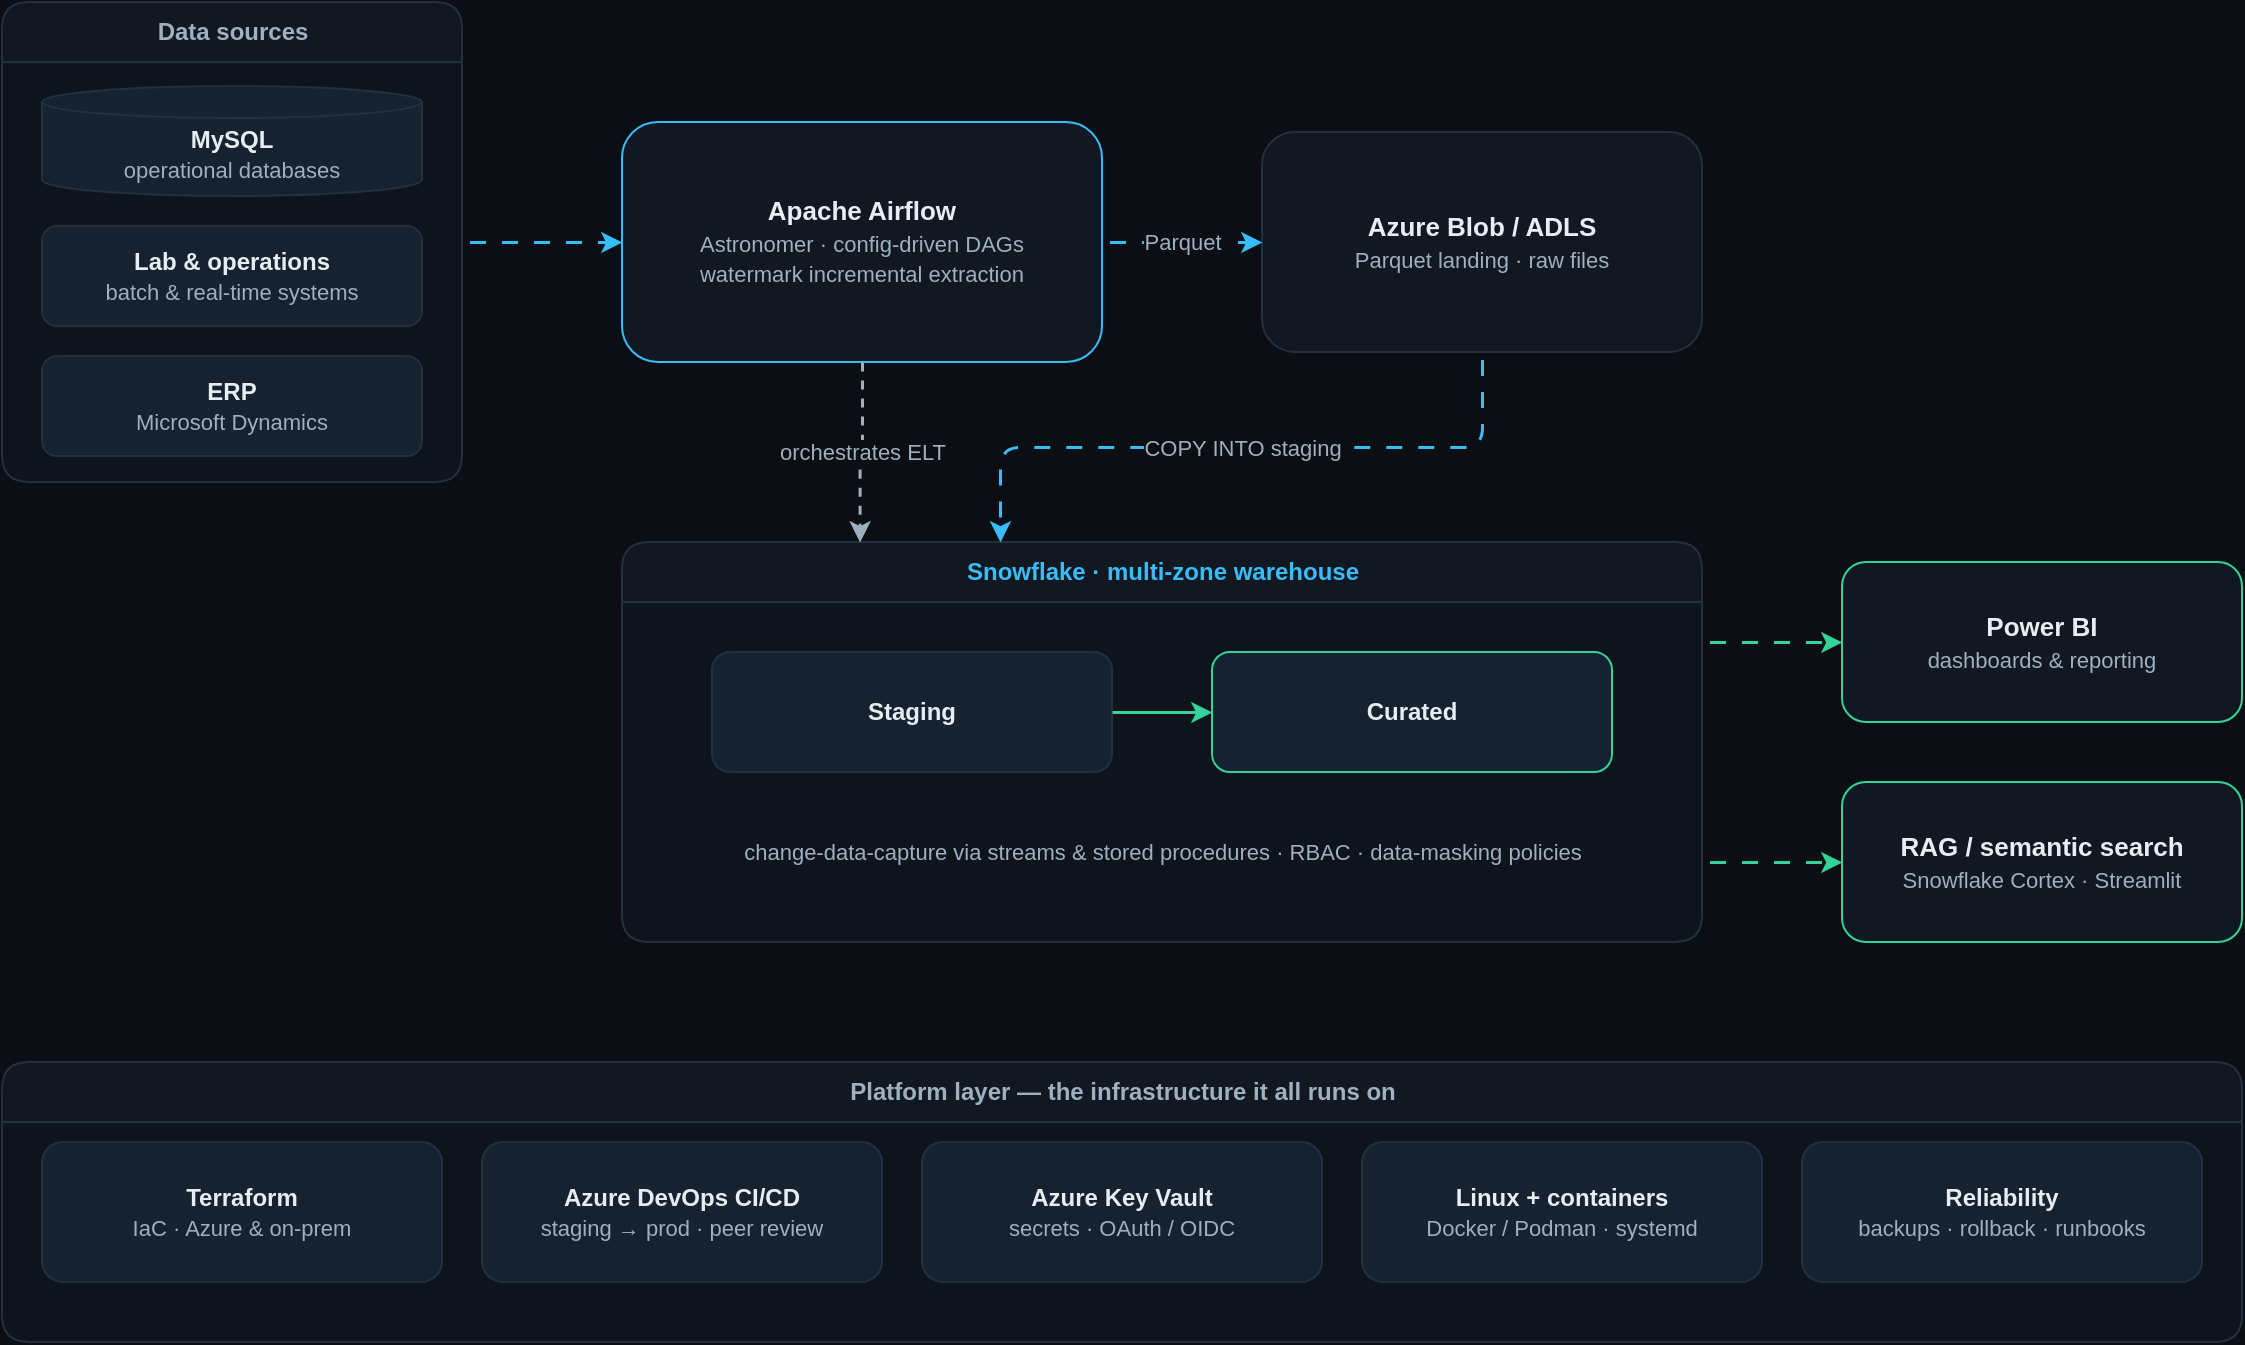
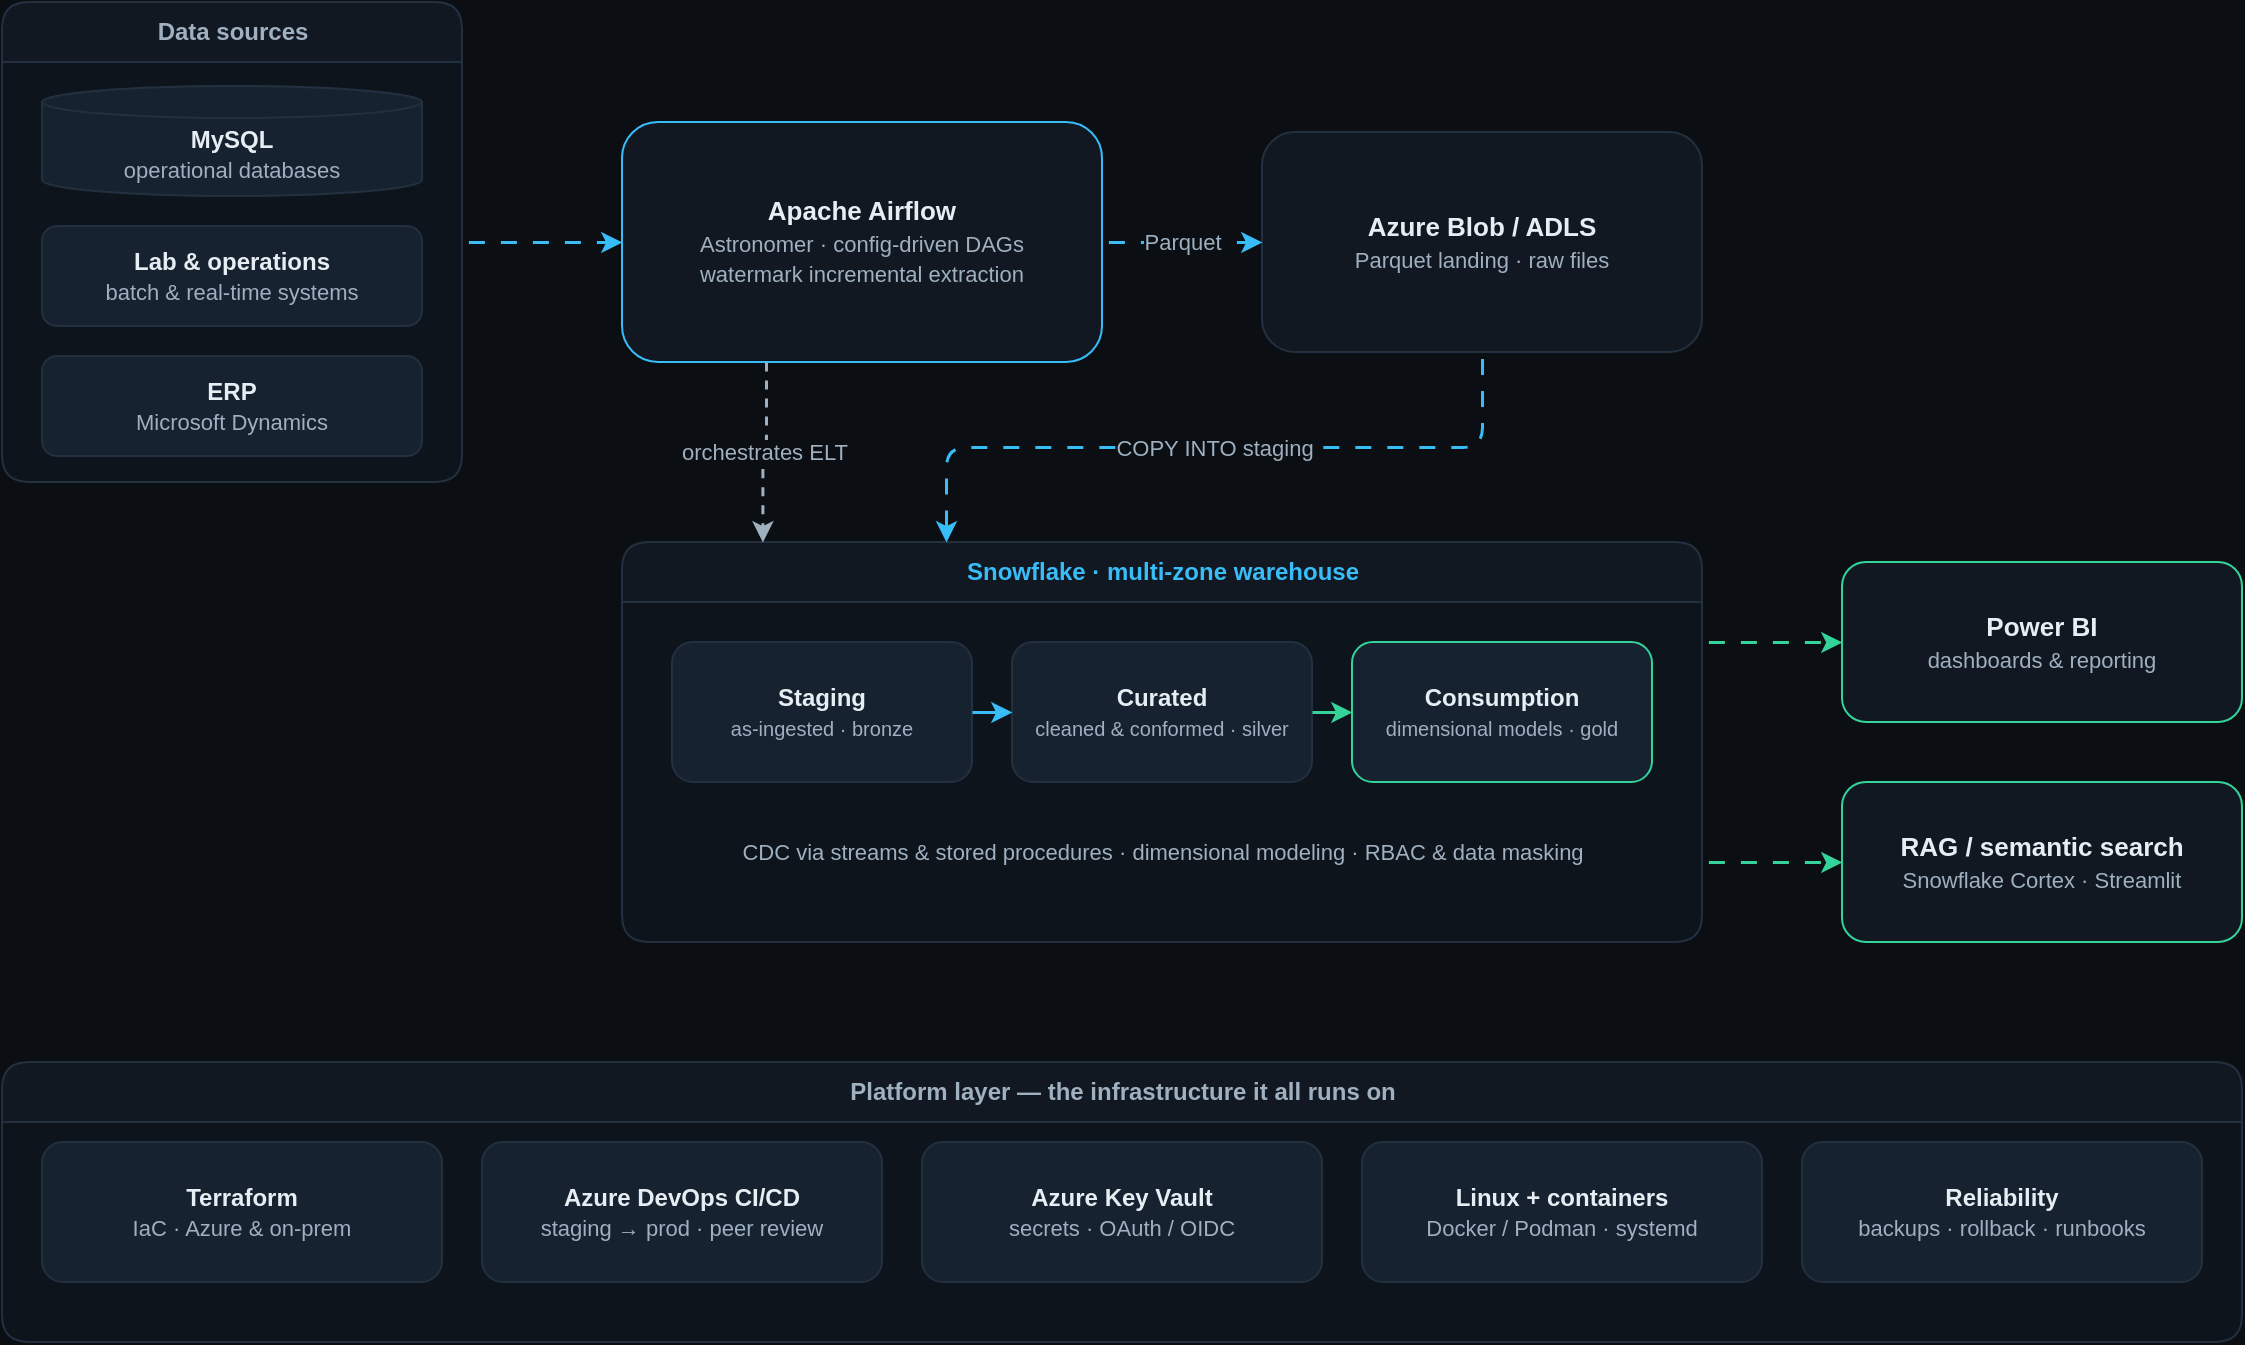
<?xml version="1.0" encoding="UTF-8"?>
<mxfile host="drawio" version="26.0.0">
  <diagram name="data-platform">
    <mxGraphModel background="#0b0f14" grid="0" page="0">
      <root>
        <mxCell id="0" />
        <mxCell id="1" parent="0" />

        <!-- ===== Data sources container ===== -->
        <mxCell id="sources" value="Data sources" style="swimlane;startSize=30;rounded=1;html=1;fillColor=#121821;swimlaneFillColor=#0e141c;strokeColor=#223040;fontColor=#9fb0c0;fontSize=12;fontStyle=1;pointerEvents=0;" vertex="1" parent="1">
          <mxGeometry x="40" y="40" width="230" height="240" as="geometry" />
        </mxCell>
        <mxCell id="src-mysql" value="&lt;b&gt;MySQL&lt;/b&gt;&lt;br&gt;&lt;font style=&quot;font-size:11px&quot; color=&quot;#9fb0c0&quot;&gt;operational databases&lt;/font&gt;" style="shape=cylinder3;whiteSpace=wrap;html=1;boundedLbl=1;size=8;fillColor=#172230;strokeColor=#223040;fontColor=#e6edf3;fontSize=12;" vertex="1" parent="sources">
          <mxGeometry x="20" y="42" width="190" height="55" as="geometry" />
        </mxCell>
        <mxCell id="src-lab" value="&lt;b&gt;Lab &amp;amp; operations&lt;/b&gt;&lt;br&gt;&lt;font style=&quot;font-size:11px&quot; color=&quot;#9fb0c0&quot;&gt;batch &amp;amp; real-time systems&lt;/font&gt;" style="rounded=1;whiteSpace=wrap;html=1;fillColor=#172230;strokeColor=#223040;fontColor=#e6edf3;fontSize=12;" vertex="1" parent="sources">
          <mxGeometry x="20" y="112" width="190" height="50" as="geometry" />
        </mxCell>
        <mxCell id="src-erp" value="&lt;b&gt;ERP&lt;/b&gt;&lt;br&gt;&lt;font style=&quot;font-size:11px&quot; color=&quot;#9fb0c0&quot;&gt;Microsoft Dynamics&lt;/font&gt;" style="rounded=1;whiteSpace=wrap;html=1;fillColor=#172230;strokeColor=#223040;fontColor=#e6edf3;fontSize=12;" vertex="1" parent="sources">
          <mxGeometry x="20" y="177" width="190" height="50" as="geometry" />
        </mxCell>

        <!-- ===== Orchestration ===== -->
        <mxCell id="airflow" value="&lt;b&gt;Apache Airflow&lt;/b&gt;&lt;br&gt;&lt;font style=&quot;font-size:11px&quot; color=&quot;#9fb0c0&quot;&gt;Astronomer &amp;#183; config-driven DAGs&lt;br&gt;watermark incremental extraction&lt;/font&gt;" style="rounded=1;whiteSpace=wrap;html=1;fillColor=#121821;strokeColor=#38bdf8;fontColor=#e6edf3;fontSize=13;" vertex="1" parent="1">
          <mxGeometry x="350" y="100" width="240" height="120" as="geometry" />
        </mxCell>

        <!-- ===== Landing storage ===== -->
        <mxCell id="blob" value="&lt;b&gt;Azure Blob / ADLS&lt;/b&gt;&lt;br&gt;&lt;font style=&quot;font-size:11px&quot; color=&quot;#9fb0c0&quot;&gt;Parquet landing &amp;#183; raw files&lt;/font&gt;" style="rounded=1;whiteSpace=wrap;html=1;fillColor=#121821;strokeColor=#223040;fontColor=#e6edf3;fontSize=13;" vertex="1" parent="1">
          <mxGeometry x="670" y="105" width="220" height="110" as="geometry" />
        </mxCell>

        <!-- ===== Snowflake warehouse ===== -->
        <mxCell id="sf" value="Snowflake &#183; multi-zone warehouse" style="swimlane;startSize=30;rounded=1;html=1;fillColor=#121821;swimlaneFillColor=#0e141c;strokeColor=#223040;fontColor=#38bdf8;fontSize=12;fontStyle=1;pointerEvents=0;" vertex="1" parent="1">
          <mxGeometry x="350" y="310" width="540" height="200" as="geometry" />
        </mxCell>
-         <mxCell id="sf-staging" value="&lt;b&gt;Staging&lt;/b&gt;" style="rounded=1;whiteSpace=wrap;html=1;fillColor=#172230;strokeColor=#223040;fontColor=#e6edf3;fontSize=12;" vertex="1" parent="sf">
-           <mxGeometry x="45" y="55" width="200" height="60" as="geometry" />
+         <mxCell id="sf-staging" value="&lt;b&gt;Staging&lt;/b&gt;&lt;br&gt;&lt;font style=&quot;font-size:10px&quot; color=&quot;#9fb0c0&quot;&gt;as-ingested &amp;#183; bronze&lt;/font&gt;" style="rounded=1;whiteSpace=wrap;html=1;fillColor=#172230;strokeColor=#223040;fontColor=#e6edf3;fontSize=12;" vertex="1" parent="sf">
+           <mxGeometry x="25" y="50" width="150" height="70" as="geometry" />
        </mxCell>
-         <mxCell id="sf-curated" value="&lt;b&gt;Curated&lt;/b&gt;" style="rounded=1;whiteSpace=wrap;html=1;fillColor=#172230;strokeColor=#34d399;fontColor=#e6edf3;fontSize=12;" vertex="1" parent="sf">
-           <mxGeometry x="295" y="55" width="200" height="60" as="geometry" />
+         <mxCell id="sf-curated" value="&lt;b&gt;Curated&lt;/b&gt;&lt;br&gt;&lt;font style=&quot;font-size:10px&quot; color=&quot;#9fb0c0&quot;&gt;cleaned &amp;amp; conformed &amp;#183; silver&lt;/font&gt;" style="rounded=1;whiteSpace=wrap;html=1;fillColor=#172230;strokeColor=#223040;fontColor=#e6edf3;fontSize=12;" vertex="1" parent="sf">
+           <mxGeometry x="195" y="50" width="150" height="70" as="geometry" />
        </mxCell>
-         <mxCell id="sf-caption" value="change-data-capture via streams &amp;amp; stored procedures &amp;#183; RBAC &amp;#183; data-masking policies" style="text;html=1;align=center;verticalAlign=middle;fontColor=#9fb0c0;fontSize=11;" vertex="1" parent="sf">
+         <mxCell id="sf-consumption" value="&lt;b&gt;Consumption&lt;/b&gt;&lt;br&gt;&lt;font style=&quot;font-size:10px&quot; color=&quot;#9fb0c0&quot;&gt;dimensional models &amp;#183; gold&lt;/font&gt;" style="rounded=1;whiteSpace=wrap;html=1;fillColor=#172230;strokeColor=#34d399;fontColor=#e6edf3;fontSize=12;" vertex="1" parent="sf">
+           <mxGeometry x="365" y="50" width="150" height="70" as="geometry" />
+         </mxCell>
+         <mxCell id="sf-caption" value="CDC via streams &amp;amp; stored procedures &amp;#183; dimensional modeling &amp;#183; RBAC &amp;amp; data masking" style="text;html=1;align=center;verticalAlign=middle;fontColor=#9fb0c0;fontSize=11;" vertex="1" parent="sf">
          <mxGeometry x="25" y="130" width="490" height="50" as="geometry" />
        </mxCell>

        <!-- ===== Consumption ===== -->
        <mxCell id="powerbi" value="&lt;b&gt;Power BI&lt;/b&gt;&lt;br&gt;&lt;font style=&quot;font-size:11px&quot; color=&quot;#9fb0c0&quot;&gt;dashboards &amp;amp; reporting&lt;/font&gt;" style="rounded=1;whiteSpace=wrap;html=1;fillColor=#121821;strokeColor=#34d399;fontColor=#e6edf3;fontSize=13;" vertex="1" parent="1">
          <mxGeometry x="960" y="320" width="200" height="80" as="geometry" />
        </mxCell>
        <mxCell id="rag" value="&lt;b&gt;RAG / semantic search&lt;/b&gt;&lt;br&gt;&lt;font style=&quot;font-size:11px&quot; color=&quot;#9fb0c0&quot;&gt;Snowflake Cortex &amp;#183; Streamlit&lt;/font&gt;" style="rounded=1;whiteSpace=wrap;html=1;fillColor=#121821;strokeColor=#34d399;fontColor=#e6edf3;fontSize=13;" vertex="1" parent="1">
          <mxGeometry x="960" y="430" width="200" height="80" as="geometry" />
        </mxCell>

        <!-- ===== Platform layer ===== -->
        <mxCell id="platform" value="Platform layer &#8212; the infrastructure it all runs on" style="swimlane;startSize=30;rounded=1;html=1;fillColor=#121821;swimlaneFillColor=#0e141c;strokeColor=#223040;fontColor=#9fb0c0;fontSize=12;fontStyle=1;pointerEvents=0;" vertex="1" parent="1">
          <mxGeometry x="40" y="570" width="1120" height="140" as="geometry" />
        </mxCell>
        <mxCell id="pf-tf" value="&lt;b&gt;Terraform&lt;/b&gt;&lt;br&gt;&lt;font style=&quot;font-size:11px&quot; color=&quot;#9fb0c0&quot;&gt;IaC &amp;#183; Azure &amp;amp; on-prem&lt;/font&gt;" style="rounded=1;whiteSpace=wrap;html=1;fillColor=#172230;strokeColor=#223040;fontColor=#e6edf3;fontSize=12;" vertex="1" parent="platform">
          <mxGeometry x="20" y="40" width="200" height="70" as="geometry" />
        </mxCell>
        <mxCell id="pf-cicd" value="&lt;b&gt;Azure DevOps CI/CD&lt;/b&gt;&lt;br&gt;&lt;font style=&quot;font-size:11px&quot; color=&quot;#9fb0c0&quot;&gt;staging &amp;#8594; prod &amp;#183; peer review&lt;/font&gt;" style="rounded=1;whiteSpace=wrap;html=1;fillColor=#172230;strokeColor=#223040;fontColor=#e6edf3;fontSize=12;" vertex="1" parent="platform">
          <mxGeometry x="240" y="40" width="200" height="70" as="geometry" />
        </mxCell>
        <mxCell id="pf-kv" value="&lt;b&gt;Azure Key Vault&lt;/b&gt;&lt;br&gt;&lt;font style=&quot;font-size:11px&quot; color=&quot;#9fb0c0&quot;&gt;secrets &amp;#183; OAuth / OIDC&lt;/font&gt;" style="rounded=1;whiteSpace=wrap;html=1;fillColor=#172230;strokeColor=#223040;fontColor=#e6edf3;fontSize=12;" vertex="1" parent="platform">
          <mxGeometry x="460" y="40" width="200" height="70" as="geometry" />
        </mxCell>
        <mxCell id="pf-linux" value="&lt;b&gt;Linux + containers&lt;/b&gt;&lt;br&gt;&lt;font style=&quot;font-size:11px&quot; color=&quot;#9fb0c0&quot;&gt;Docker / Podman &amp;#183; systemd&lt;/font&gt;" style="rounded=1;whiteSpace=wrap;html=1;fillColor=#172230;strokeColor=#223040;fontColor=#e6edf3;fontSize=12;" vertex="1" parent="platform">
          <mxGeometry x="680" y="40" width="200" height="70" as="geometry" />
        </mxCell>
        <mxCell id="pf-rel" value="&lt;b&gt;Reliability&lt;/b&gt;&lt;br&gt;&lt;font style=&quot;font-size:11px&quot; color=&quot;#9fb0c0&quot;&gt;backups &amp;#183; rollback &amp;#183; runbooks&lt;/font&gt;" style="rounded=1;whiteSpace=wrap;html=1;fillColor=#172230;strokeColor=#223040;fontColor=#e6edf3;fontSize=12;" vertex="1" parent="platform">
          <mxGeometry x="900" y="40" width="200" height="70" as="geometry" />
        </mxCell>

        <!-- ===== Edges: main data flow ===== -->
        <mxCell id="e1" value="" style="edgeStyle=orthogonalEdgeStyle;rounded=1;orthogonalLoop=1;jettySize=auto;html=1;strokeColor=#38bdf8;strokeWidth=1.5;fontColor=#9fb0c0;fontSize=11;labelBackgroundColor=#0b0f14;flowAnimation=1;exitX=1;exitY=0.5;exitDx=0;exitDy=0;entryX=0;entryY=0.5;entryDx=0;entryDy=0;" edge="1" parent="1" source="sources" target="airflow">
          <mxGeometry relative="1" as="geometry" />
        </mxCell>
        <mxCell id="e2" value="Parquet" style="edgeStyle=orthogonalEdgeStyle;rounded=1;orthogonalLoop=1;jettySize=auto;html=1;strokeColor=#38bdf8;strokeWidth=1.5;fontColor=#9fb0c0;fontSize=11;labelBackgroundColor=#0b0f14;flowAnimation=1;exitX=1;exitY=0.5;exitDx=0;exitDy=0;entryX=0;entryY=0.5;entryDx=0;entryDy=0;" edge="1" parent="1" source="airflow" target="blob">
          <mxGeometry relative="1" as="geometry" />
        </mxCell>
-         <mxCell id="e3" value="COPY INTO staging" style="edgeStyle=orthogonalEdgeStyle;rounded=1;orthogonalLoop=1;jettySize=auto;html=1;strokeColor=#38bdf8;strokeWidth=1.5;fontColor=#9fb0c0;fontSize=11;labelBackgroundColor=#0b0f14;flowAnimation=1;exitX=0.5;exitY=1;exitDx=0;exitDy=0;entryX=0.35;entryY=0;entryDx=0;entryDy=0;" edge="1" parent="1" source="blob" target="sf">
+         <mxCell id="e3" value="COPY INTO staging" style="edgeStyle=orthogonalEdgeStyle;rounded=1;orthogonalLoop=1;jettySize=auto;html=1;strokeColor=#38bdf8;strokeWidth=1.5;fontColor=#9fb0c0;fontSize=11;labelBackgroundColor=#0b0f14;flowAnimation=1;exitX=0.5;exitY=1;exitDx=0;exitDy=0;entryX=0.3;entryY=0;entryDx=0;entryDy=0;" edge="1" parent="1" source="blob" target="sf">
          <mxGeometry relative="1" as="geometry" />
        </mxCell>
-         <mxCell id="e4" value="orchestrates ELT" style="edgeStyle=orthogonalEdgeStyle;rounded=1;orthogonalLoop=1;jettySize=auto;html=1;strokeColor=#9fb0c0;strokeWidth=1.5;dashed=1;fontColor=#9fb0c0;fontSize=11;labelBackgroundColor=#0b0f14;exitX=0.5;exitY=1;exitDx=0;exitDy=0;entryX=0.22;entryY=0;entryDx=0;entryDy=0;" edge="1" parent="1" source="airflow" target="sf">
+         <mxCell id="e4" value="orchestrates ELT" style="edgeStyle=orthogonalEdgeStyle;rounded=1;orthogonalLoop=1;jettySize=auto;html=1;strokeColor=#9fb0c0;strokeWidth=1.5;dashed=1;fontColor=#9fb0c0;fontSize=11;labelBackgroundColor=#0b0f14;exitX=0.3;exitY=1;exitDx=0;exitDy=0;entryX=0.13;entryY=0;entryDx=0;entryDy=0;" edge="1" parent="1" source="airflow" target="sf">
          <mxGeometry relative="1" as="geometry" />
        </mxCell>

        <!-- ===== Edges: warehouse zones ===== -->
-         <mxCell id="e6" value="" style="edgeStyle=orthogonalEdgeStyle;rounded=1;orthogonalLoop=1;jettySize=auto;html=1;strokeColor=#34d399;strokeWidth=1.5;exitX=1;exitY=0.5;exitDx=0;exitDy=0;entryX=0;entryY=0.5;entryDx=0;entryDy=0;" edge="1" parent="sf" source="sf-staging" target="sf-curated">
+         <mxCell id="e5" value="" style="edgeStyle=orthogonalEdgeStyle;rounded=1;orthogonalLoop=1;jettySize=auto;html=1;strokeColor=#38bdf8;strokeWidth=1.5;exitX=1;exitY=0.5;exitDx=0;exitDy=0;entryX=0;entryY=0.5;entryDx=0;entryDy=0;" edge="1" parent="sf" source="sf-staging" target="sf-curated">
+           <mxGeometry relative="1" as="geometry" />
+         </mxCell>
+         <mxCell id="e6" value="" style="edgeStyle=orthogonalEdgeStyle;rounded=1;orthogonalLoop=1;jettySize=auto;html=1;strokeColor=#34d399;strokeWidth=1.5;exitX=1;exitY=0.5;exitDx=0;exitDy=0;entryX=0;entryY=0.5;entryDx=0;entryDy=0;" edge="1" parent="sf" source="sf-curated" target="sf-consumption">
          <mxGeometry relative="1" as="geometry" />
        </mxCell>

        <!-- ===== Edges: consumption ===== -->
        <mxCell id="e7" value="" style="edgeStyle=orthogonalEdgeStyle;rounded=1;orthogonalLoop=1;jettySize=auto;html=1;strokeColor=#34d399;strokeWidth=1.5;flowAnimation=1;exitX=1;exitY=0.25;exitDx=0;exitDy=0;entryX=0;entryY=0.5;entryDx=0;entryDy=0;" edge="1" parent="1" source="sf" target="powerbi">
          <mxGeometry relative="1" as="geometry" />
        </mxCell>
        <mxCell id="e8" value="" style="edgeStyle=orthogonalEdgeStyle;rounded=1;orthogonalLoop=1;jettySize=auto;html=1;strokeColor=#34d399;strokeWidth=1.5;flowAnimation=1;exitX=1;exitY=0.8;exitDx=0;exitDy=0;entryX=0;entryY=0.5;entryDx=0;entryDy=0;" edge="1" parent="1" source="sf" target="rag">
          <mxGeometry relative="1" as="geometry" />
        </mxCell>
      </root>
    </mxGraphModel>
  </diagram>
</mxfile>
